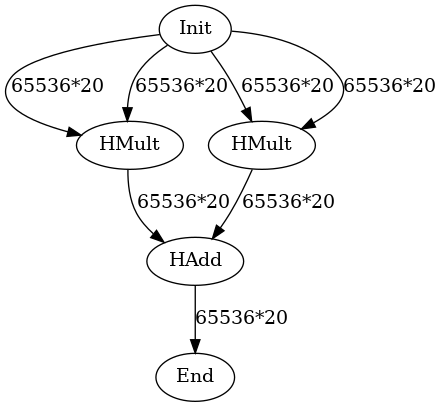
Before: data/graph_fhe.dot.png, a diagram exported from Graphviz (hal-lab-u-tokyo/PolyFHE). Its source is kept beside it as data/graph_fhe.dot.
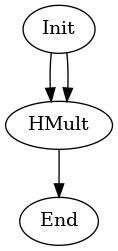
The same file after the commit.

Change to the diagram source:
```diff
@@ -1,14 +1,8 @@
 digraph G {
 Init[label="Init"];
 HMult0[label="HMult"];
-HMult1[label="HMult"];
-HAdd0[label="HAdd"];
 End[label="End"];
-Init->HMult0[label="65536*20"];
-Init->HMult0[label="65536*20"];
-Init->HMult1[label="65536*20"];
-Init->HMult1[label="65536*20"];
-HMult0->HAdd0[label="65536*20"];
-HMult1->HAdd0[label="65536*20"];
-HAdd0->End[label="65536*20"];
+Init->HMult0[];
+Init->HMult0[];
+HMult0->End[];
 }
```
